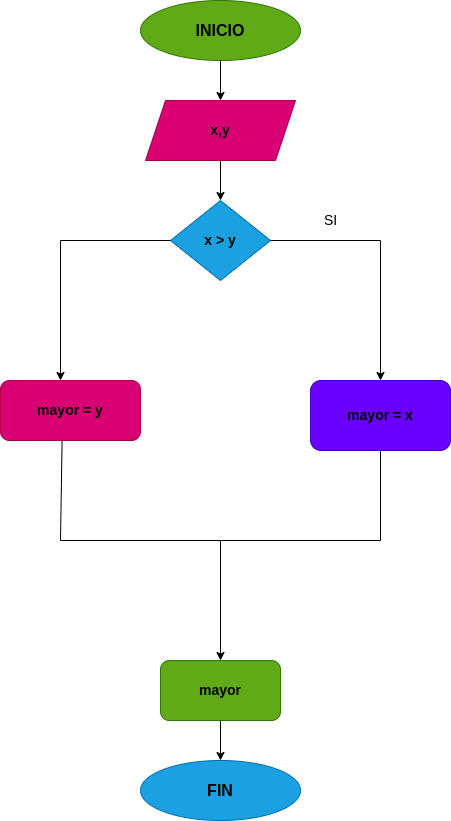
Before: diagrama.png, a diagram exported from draw.io (laurarojas1456/mayor_2enteros). Source tidied: cells renumbered, new cells last; positions are measured from the earlier drawing's top-left corner, leaving out a move shared by most shapes. The source it was exported from:
```xml
<mxGraphModel>
  <root>
    <mxCell id="0" />
    <mxCell id="1" parent="0" />
    <mxCell id="2" style="edgeStyle=none;html=1;" parent="1" edge="1" source="3">
      <mxGeometry relative="1" as="geometry">
        <mxPoint x="220" y="100" as="targetPoint" />
      </mxGeometry>
    </mxCell>
    <mxCell id="3" value="&lt;font size=&quot;3&quot; color=&quot;#000000&quot;&gt;&lt;b&gt;INICIO&lt;/b&gt;&lt;/font&gt;" style="ellipse;whiteSpace=wrap;html=1;fillColor=#60a917;fontColor=#ffffff;strokeColor=#2D7600;" parent="1" vertex="1">
      <mxGeometry x="140" width="160" height="60" as="geometry" />
    </mxCell>
    <mxCell id="4" value="&lt;font style=&quot;font-size: 14px;&quot; color=&quot;#000000&quot;&gt;&lt;b&gt;mayor = x&lt;/b&gt;&lt;/font&gt;" style="rounded=1;whiteSpace=wrap;html=1;fillColor=#6a00ff;fontColor=#ffffff;strokeColor=#3700CC;" parent="1" vertex="1">
      <mxGeometry x="310" y="380" width="140" height="70" as="geometry" />
    </mxCell>
    <mxCell id="5" style="edgeStyle=none;html=1;" parent="1" edge="1" source="6">
      <mxGeometry relative="1" as="geometry">
        <mxPoint x="220" y="200" as="targetPoint" />
      </mxGeometry>
    </mxCell>
    <mxCell id="6" value="&lt;font style=&quot;font-size: 14px;&quot; color=&quot;#000000&quot;&gt;&lt;b&gt;x,y&lt;/b&gt;&lt;/font&gt;" style="shape=parallelogram;perimeter=parallelogramPerimeter;whiteSpace=wrap;html=1;fixedSize=1;fillColor=#d80073;fontColor=#ffffff;strokeColor=#A50040;" parent="1" vertex="1">
      <mxGeometry x="145" y="100" width="150" height="60" as="geometry" />
    </mxCell>
    <mxCell id="7" value="&lt;font size=&quot;3&quot; color=&quot;#000000&quot;&gt;&lt;b&gt;FIN&lt;/b&gt;&lt;/font&gt;" style="ellipse;whiteSpace=wrap;html=1;fillColor=#1ba1e2;fontColor=#ffffff;strokeColor=#006EAF;" parent="1" vertex="1">
      <mxGeometry x="140" y="760" width="160" height="60" as="geometry" />
    </mxCell>
    <mxCell id="8" value="&lt;b&gt;&lt;font color=&quot;#000000&quot;&gt;x &amp;gt; y&lt;/font&gt;&lt;/b&gt;" style="rhombus;whiteSpace=wrap;html=1;fontSize=14;fontColor=#ffffff;fillColor=#1ba1e2;strokeColor=#006EAF;" parent="1" vertex="1">
      <mxGeometry x="170" y="200" width="100" height="80" as="geometry" />
    </mxCell>
    <mxCell id="9" style="endArrow=none;html=1;fontSize=14;fontColor=#000000;entryX=1;entryY=0.5;entryDx=0;entryDy=0;" parent="1" edge="1" target="8">
      <mxGeometry relative="1" as="geometry">
        <mxPoint x="380" y="240" as="sourcePoint" />
      </mxGeometry>
    </mxCell>
    <mxCell id="10" style="endArrow=classic;html=1;fontSize=14;fontColor=#000000;" parent="1" edge="1">
      <mxGeometry relative="1" as="geometry">
        <mxPoint x="380" y="240" as="sourcePoint" />
        <mxPoint x="380" y="380" as="targetPoint" />
      </mxGeometry>
    </mxCell>
    <mxCell id="11" style="endArrow=none;html=1;fontSize=14;fontColor=#000000;entryX=0;entryY=0.5;entryDx=0;entryDy=0;" parent="1" edge="1" target="8">
      <mxGeometry relative="1" as="geometry">
        <mxPoint x="60" y="240" as="sourcePoint" />
      </mxGeometry>
    </mxCell>
    <mxCell id="12" style="endArrow=classic;html=1;fontSize=14;fontColor=#000000;" parent="1" edge="1">
      <mxGeometry relative="1" as="geometry">
        <mxPoint x="60" y="240" as="sourcePoint" />
        <mxPoint x="60" y="380" as="targetPoint" />
      </mxGeometry>
    </mxCell>
    <mxCell id="13" value="&lt;font color=&quot;#000000&quot;&gt;&lt;b&gt;mayor = y&lt;/b&gt;&lt;/font&gt;" style="rounded=1;whiteSpace=wrap;html=1;fontSize=14;fontColor=#ffffff;fillColor=#d80073;strokeColor=#A50040;" parent="1" vertex="1">
      <mxGeometry y="380" width="140" height="60" as="geometry" />
    </mxCell>
    <mxCell id="14" style="endArrow=none;html=1;fontSize=14;fontColor=#000000;entryX=0.5;entryY=1;entryDx=0;entryDy=0;" parent="1" edge="1" target="4">
      <mxGeometry relative="1" as="geometry">
        <mxPoint x="380" y="540" as="sourcePoint" />
      </mxGeometry>
    </mxCell>
    <mxCell id="15" style="endArrow=none;html=1;fontSize=14;fontColor=#000000;exitX=0.44;exitY=1;exitDx=0;exitDy=0;exitPerimeter=0;" parent="1" edge="1" source="13">
      <mxGeometry relative="1" as="geometry">
        <mxPoint x="60" y="540" as="targetPoint" />
      </mxGeometry>
    </mxCell>
    <mxCell id="16" value="SI" style="text;html=1;align=center;verticalAlign=middle;strokeColor=none;fillColor=none;fontSize=14;fontColor=#000000;" parent="1" vertex="1">
      <mxGeometry x="310" y="205" width="40" height="30" as="geometry" />
    </mxCell>
    <mxCell id="17" style="endArrow=none;html=1;fontSize=14;fontColor=#000000;" parent="1" edge="1">
      <mxGeometry relative="1" as="geometry">
        <mxPoint x="60" y="540" as="sourcePoint" />
        <mxPoint x="380" y="540" as="targetPoint" />
      </mxGeometry>
    </mxCell>
    <mxCell id="18" style="endArrow=classic;html=1;fontSize=14;fontColor=#000000;" parent="1" edge="1">
      <mxGeometry relative="1" as="geometry">
        <mxPoint x="220" y="540" as="sourcePoint" />
        <mxPoint x="220" y="660" as="targetPoint" />
      </mxGeometry>
    </mxCell>
    <mxCell id="19" style="edgeStyle=none;html=1;fontSize=14;fontColor=#000000;" parent="1" edge="1" source="20">
      <mxGeometry relative="1" as="geometry">
        <mxPoint x="220" y="760" as="targetPoint" />
      </mxGeometry>
    </mxCell>
    <mxCell id="20" value="&lt;font color=&quot;#000000&quot;&gt;&lt;b&gt;mayor&lt;/b&gt;&lt;/font&gt;" style="rounded=1;whiteSpace=wrap;html=1;fontSize=14;fontColor=#ffffff;fillColor=#60a917;strokeColor=#2D7600;" parent="1" vertex="1">
      <mxGeometry x="160" y="660" width="120" height="60" as="geometry" />
    </mxCell>
  </root>
</mxGraphModel>
```
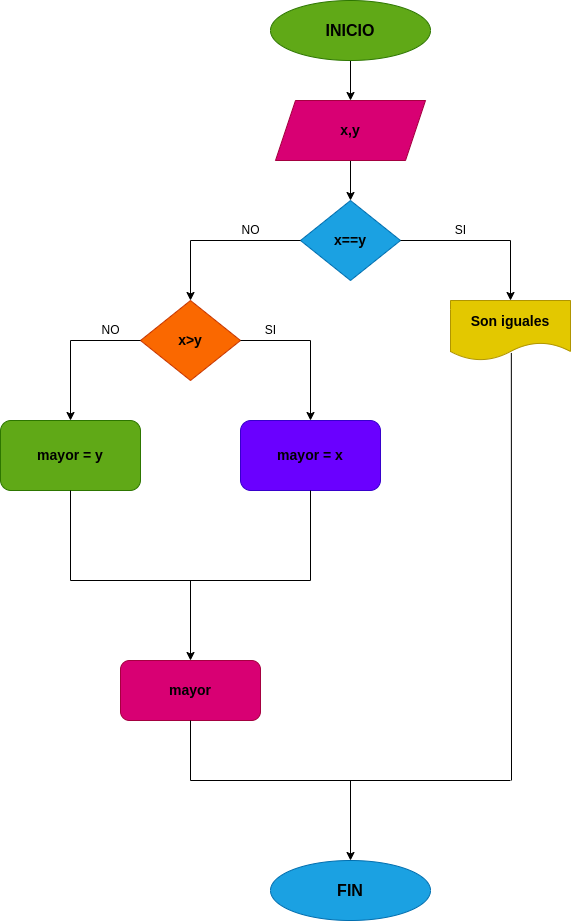
Later version of the same file.

Commit message:
Se creó el diagrama de flujo y se agregó al README

Change to the diagram source:
```diff
@@ -11,7 +11,7 @@
       <mxGeometry x="140" width="160" height="60" as="geometry" />
     </mxCell>
     <mxCell id="4" value="&lt;font style=&quot;font-size: 14px;&quot; color=&quot;#000000&quot;&gt;&lt;b&gt;mayor = x&lt;/b&gt;&lt;/font&gt;" style="rounded=1;whiteSpace=wrap;html=1;fillColor=#6a00ff;fontColor=#ffffff;strokeColor=#3700CC;" parent="1" vertex="1">
-      <mxGeometry x="310" y="380" width="140" height="70" as="geometry" />
+      <mxGeometry x="110" y="420" width="140" height="70" as="geometry" />
     </mxCell>
     <mxCell id="5" style="edgeStyle=none;html=1;" parent="1" edge="1" source="6">
       <mxGeometry relative="1" as="geometry">
@@ -22,9 +22,9 @@
       <mxGeometry x="145" y="100" width="150" height="60" as="geometry" />
     </mxCell>
     <mxCell id="7" value="&lt;font size=&quot;3&quot; color=&quot;#000000&quot;&gt;&lt;b&gt;FIN&lt;/b&gt;&lt;/font&gt;" style="ellipse;whiteSpace=wrap;html=1;fillColor=#1ba1e2;fontColor=#ffffff;strokeColor=#006EAF;" parent="1" vertex="1">
-      <mxGeometry x="140" y="760" width="160" height="60" as="geometry" />
+      <mxGeometry x="140" y="860" width="160" height="60" as="geometry" />
     </mxCell>
-    <mxCell id="8" value="&lt;b&gt;&lt;font color=&quot;#000000&quot;&gt;x &amp;gt; y&lt;/font&gt;&lt;/b&gt;" style="rhombus;whiteSpace=wrap;html=1;fontSize=14;fontColor=#ffffff;fillColor=#1ba1e2;strokeColor=#006EAF;" parent="1" vertex="1">
+    <mxCell id="8" value="&lt;font color=&quot;#000000&quot;&gt;&lt;b&gt;x==y&lt;/b&gt;&lt;/font&gt;" style="rhombus;whiteSpace=wrap;html=1;fontSize=14;fontColor=#ffffff;fillColor=#1ba1e2;strokeColor=#006EAF;" parent="1" vertex="1">
       <mxGeometry x="170" y="200" width="100" height="80" as="geometry" />
     </mxCell>
     <mxCell id="9" style="endArrow=none;html=1;fontSize=14;fontColor=#000000;entryX=1;entryY=0.5;entryDx=0;entryDy=0;" parent="1" edge="1" target="8">
@@ -32,58 +32,112 @@
         <mxPoint x="380" y="240" as="sourcePoint" />
       </mxGeometry>
     </mxCell>
-    <mxCell id="10" style="endArrow=classic;html=1;fontSize=14;fontColor=#000000;" parent="1" edge="1">
-      <mxGeometry relative="1" as="geometry">
-        <mxPoint x="380" y="240" as="sourcePoint" />
-        <mxPoint x="380" y="380" as="targetPoint" />
-      </mxGeometry>
-    </mxCell>
     <mxCell id="11" style="endArrow=none;html=1;fontSize=14;fontColor=#000000;entryX=0;entryY=0.5;entryDx=0;entryDy=0;" parent="1" edge="1" target="8">
       <mxGeometry relative="1" as="geometry">
         <mxPoint x="60" y="240" as="sourcePoint" />
       </mxGeometry>
     </mxCell>
-    <mxCell id="12" style="endArrow=classic;html=1;fontSize=14;fontColor=#000000;" parent="1" edge="1">
-      <mxGeometry relative="1" as="geometry">
-        <mxPoint x="60" y="240" as="sourcePoint" />
-        <mxPoint x="60" y="380" as="targetPoint" />
-      </mxGeometry>
-    </mxCell>
-    <mxCell id="13" value="&lt;font color=&quot;#000000&quot;&gt;&lt;b&gt;mayor = y&lt;/b&gt;&lt;/font&gt;" style="rounded=1;whiteSpace=wrap;html=1;fontSize=14;fontColor=#ffffff;fillColor=#d80073;strokeColor=#A50040;" parent="1" vertex="1">
-      <mxGeometry y="380" width="140" height="60" as="geometry" />
+    <mxCell id="13" value="&lt;font color=&quot;#000000&quot;&gt;&lt;b&gt;mayor&lt;/b&gt;&lt;/font&gt;" style="rounded=1;whiteSpace=wrap;html=1;fontSize=14;fontColor=#ffffff;fillColor=#d80073;strokeColor=#A50040;" parent="1" vertex="1">
+      <mxGeometry x="-10" y="660" width="140" height="60" as="geometry" />
     </mxCell>
-    <mxCell id="14" style="endArrow=none;html=1;fontSize=14;fontColor=#000000;entryX=0.5;entryY=1;entryDx=0;entryDy=0;" parent="1" edge="1" target="4">
-      <mxGeometry relative="1" as="geometry">
-        <mxPoint x="380" y="540" as="sourcePoint" />
-      </mxGeometry>
-    </mxCell>
-    <mxCell id="15" style="endArrow=none;html=1;fontSize=14;fontColor=#000000;exitX=0.44;exitY=1;exitDx=0;exitDy=0;exitPerimeter=0;" parent="1" edge="1" source="13">
-      <mxGeometry relative="1" as="geometry">
-        <mxPoint x="60" y="540" as="targetPoint" />
-      </mxGeometry>
-    </mxCell>
-    <mxCell id="16" value="SI" style="text;html=1;align=center;verticalAlign=middle;strokeColor=none;fillColor=none;fontSize=14;fontColor=#000000;" parent="1" vertex="1">
-      <mxGeometry x="310" y="205" width="40" height="30" as="geometry" />
-    </mxCell>
-    <mxCell id="17" style="endArrow=none;html=1;fontSize=14;fontColor=#000000;" parent="1" edge="1">
-      <mxGeometry relative="1" as="geometry">
-        <mxPoint x="60" y="540" as="sourcePoint" />
-        <mxPoint x="380" y="540" as="targetPoint" />
-      </mxGeometry>
-    </mxCell>
-    <mxCell id="18" style="endArrow=classic;html=1;fontSize=14;fontColor=#000000;" parent="1" edge="1">
-      <mxGeometry relative="1" as="geometry">
-        <mxPoint x="220" y="540" as="sourcePoint" />
-        <mxPoint x="220" y="660" as="targetPoint" />
-      </mxGeometry>
-    </mxCell>
-    <mxCell id="19" style="edgeStyle=none;html=1;fontSize=14;fontColor=#000000;" parent="1" edge="1" source="20">
-      <mxGeometry relative="1" as="geometry">
-        <mxPoint x="220" y="760" as="targetPoint" />
-      </mxGeometry>
-    </mxCell>
-    <mxCell id="20" value="&lt;font color=&quot;#000000&quot;&gt;&lt;b&gt;mayor&lt;/b&gt;&lt;/font&gt;" style="rounded=1;whiteSpace=wrap;html=1;fontSize=14;fontColor=#ffffff;fillColor=#60a917;strokeColor=#2D7600;" parent="1" vertex="1">
-      <mxGeometry x="160" y="660" width="120" height="60" as="geometry" />
+    <mxCell id="20" value="&lt;font color=&quot;#000000&quot;&gt;&lt;b&gt;mayor = y&lt;/b&gt;&lt;/font&gt;" style="rounded=1;whiteSpace=wrap;html=1;fontSize=14;fontColor=#ffffff;fillColor=#60a917;strokeColor=#2D7600;" parent="1" vertex="1">
+      <mxGeometry x="-130" y="420" width="140" height="70" as="geometry" />
     </mxCell>
+    <mxCell id="21" style="endArrow=classic;html=1;" parent="1" edge="1">
+      <mxGeometry relative="1" as="geometry">
+        <mxPoint x="60" y="240" as="sourcePoint" />
+        <mxPoint x="60" y="300" as="targetPoint" />
+      </mxGeometry>
+    </mxCell>
+    <mxCell id="22" value="&lt;font style=&quot;font-size: 14px;&quot; color=&quot;#000000&quot;&gt;&lt;b&gt;x&amp;gt;y&lt;/b&gt;&lt;/font&gt;" style="rhombus;whiteSpace=wrap;html=1;fillColor=#fa6800;fontColor=#000000;strokeColor=#C73500;" parent="1" vertex="1">
+      <mxGeometry x="10" y="300" width="100" height="80" as="geometry" />
+    </mxCell>
+    <mxCell id="23" style="endArrow=none;html=1;exitX=1;exitY=0.5;exitDx=0;exitDy=0;" parent="1" edge="1" source="22">
+      <mxGeometry relative="1" as="geometry">
+        <mxPoint x="180" y="340" as="targetPoint" />
+      </mxGeometry>
+    </mxCell>
+    <mxCell id="24" style="endArrow=classic;html=1;" parent="1" edge="1">
+      <mxGeometry relative="1" as="geometry">
+        <mxPoint x="180" y="340" as="sourcePoint" />
+        <mxPoint x="180" y="420" as="targetPoint" />
+      </mxGeometry>
+    </mxCell>
+    <mxCell id="25" style="endArrow=none;html=1;exitX=0;exitY=0.5;exitDx=0;exitDy=0;" parent="1" edge="1" source="22">
+      <mxGeometry relative="1" as="geometry">
+        <mxPoint x="-60" y="340" as="targetPoint" />
+      </mxGeometry>
+    </mxCell>
+    <mxCell id="26" style="endArrow=classic;html=1;" parent="1" edge="1">
+      <mxGeometry relative="1" as="geometry">
+        <mxPoint x="-60" y="340" as="sourcePoint" />
+        <mxPoint x="-60" y="420" as="targetPoint" />
+      </mxGeometry>
+    </mxCell>
+    <mxCell id="27" style="endArrow=none;html=1;entryX=0.5;entryY=1;entryDx=0;entryDy=0;" parent="1" edge="1" target="4">
+      <mxGeometry relative="1" as="geometry">
+        <mxPoint x="180" y="580" as="sourcePoint" />
+      </mxGeometry>
+    </mxCell>
+    <mxCell id="28" style="endArrow=none;html=1;exitX=0.5;exitY=1;exitDx=0;exitDy=0;" parent="1" edge="1" source="20">
+      <mxGeometry relative="1" as="geometry">
+        <mxPoint x="-60" y="580" as="targetPoint" />
+      </mxGeometry>
+    </mxCell>
+    <mxCell id="29" style="endArrow=none;html=1;" parent="1" edge="1">
+      <mxGeometry relative="1" as="geometry">
+        <mxPoint x="-60" y="580" as="sourcePoint" />
+        <mxPoint x="180" y="580" as="targetPoint" />
+      </mxGeometry>
+    </mxCell>
+    <mxCell id="30" style="endArrow=classic;html=1;" parent="1" edge="1">
+      <mxGeometry relative="1" as="geometry">
+        <mxPoint x="60" y="580" as="sourcePoint" />
+        <mxPoint x="60" y="660" as="targetPoint" />
+      </mxGeometry>
+    </mxCell>
+    <mxCell id="31" style="endArrow=none;html=1;exitX=0.5;exitY=1;exitDx=0;exitDy=0;" parent="1" edge="1" source="13">
+      <mxGeometry relative="1" as="geometry">
+        <mxPoint x="60" y="780" as="targetPoint" />
+      </mxGeometry>
+    </mxCell>
+    <mxCell id="32" style="endArrow=classic;html=1;" parent="1" edge="1">
+      <mxGeometry relative="1" as="geometry">
+        <mxPoint x="380" y="240" as="sourcePoint" />
+        <mxPoint x="380" y="300" as="targetPoint" />
+      </mxGeometry>
+    </mxCell>
+    <mxCell id="33" value="&lt;span style=&quot;font-size: 14px;&quot;&gt;&lt;b&gt;Son iguales&lt;/b&gt;&lt;/span&gt;" style="shape=document;whiteSpace=wrap;html=1;boundedLbl=1;fillColor=#e3c800;fontColor=#000000;strokeColor=#B09500;" parent="1" vertex="1">
+      <mxGeometry x="320" y="300" width="120" height="60" as="geometry" />
+    </mxCell>
+    <mxCell id="34" value="NO" style="text;html=1;align=center;verticalAlign=middle;strokeColor=none;fillColor=none;" parent="1" vertex="1">
+      <mxGeometry x="100" y="215" width="40" height="30" as="geometry" />
+    </mxCell>
+    <mxCell id="35" value="SI" style="text;html=1;align=center;verticalAlign=middle;strokeColor=none;fillColor=none;" parent="1" vertex="1">
+      <mxGeometry x="315" y="215" width="30" height="30" as="geometry" />
+    </mxCell>
+    <mxCell id="36" value="NO" style="text;html=1;align=center;verticalAlign=middle;strokeColor=none;fillColor=none;" parent="1" vertex="1">
+      <mxGeometry x="-40" y="315" width="40" height="30" as="geometry" />
+    </mxCell>
+    <mxCell id="37" value="SI" style="text;html=1;align=center;verticalAlign=middle;strokeColor=none;fillColor=none;" parent="1" vertex="1">
+      <mxGeometry x="125" y="315" width="30" height="30" as="geometry" />
+    </mxCell>
+    <mxCell id="38" style="endArrow=none;html=1;entryX=0.507;entryY=0.874;entryDx=0;entryDy=0;entryPerimeter=0;" parent="1" edge="1" target="33">
+      <mxGeometry relative="1" as="geometry">
+        <mxPoint x="381" y="780" as="sourcePoint" />
+      </mxGeometry>
+    </mxCell>
+    <mxCell id="39" style="endArrow=none;html=1;" parent="1" edge="1">
+      <mxGeometry relative="1" as="geometry">
+        <mxPoint x="60" y="780" as="sourcePoint" />
+        <mxPoint x="380" y="780" as="targetPoint" />
+      </mxGeometry>
+    </mxCell>
+    <mxCell id="40" style="endArrow=classic;html=1;" parent="1" edge="1">
+      <mxGeometry relative="1" as="geometry">
+        <mxPoint x="220" y="780" as="sourcePoint" />
+        <mxPoint x="220" y="860" as="targetPoint" />
+      </mxGeometry>
+    </mxCell>
   </root>
 </mxGraphModel>
```
